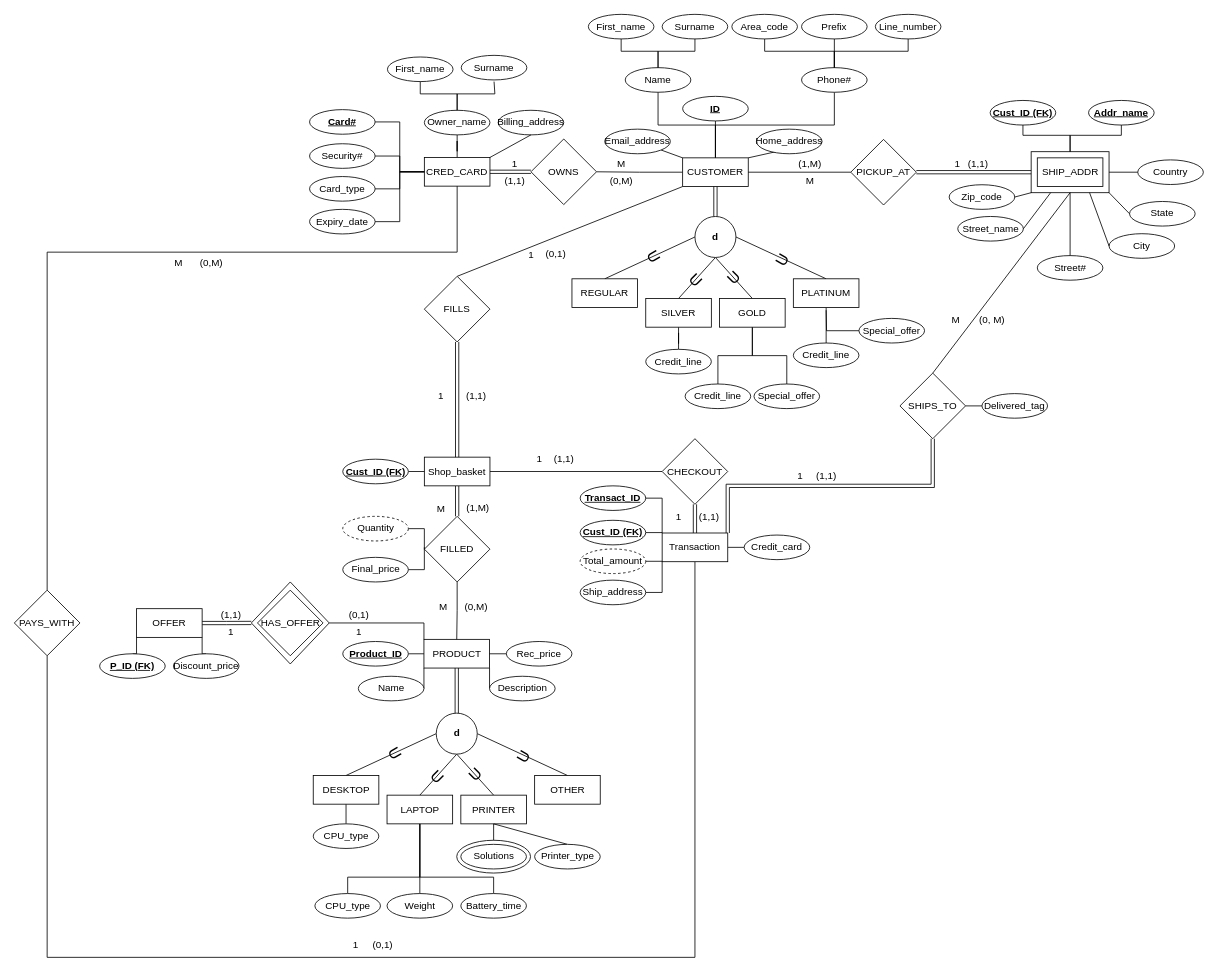
This is Project-Deliverable-1.drawio from RyBres/Database-Project, a draw.io file, before an edit. Source tidied: cells renumbered, new cells numbered last; positions are measured from the earlier drawing's top-left corner, leaving out a move shared by most shapes. Both pictures are drawn from the tidied source at 82%, with x=0, y=0 at pixel (14, 14).
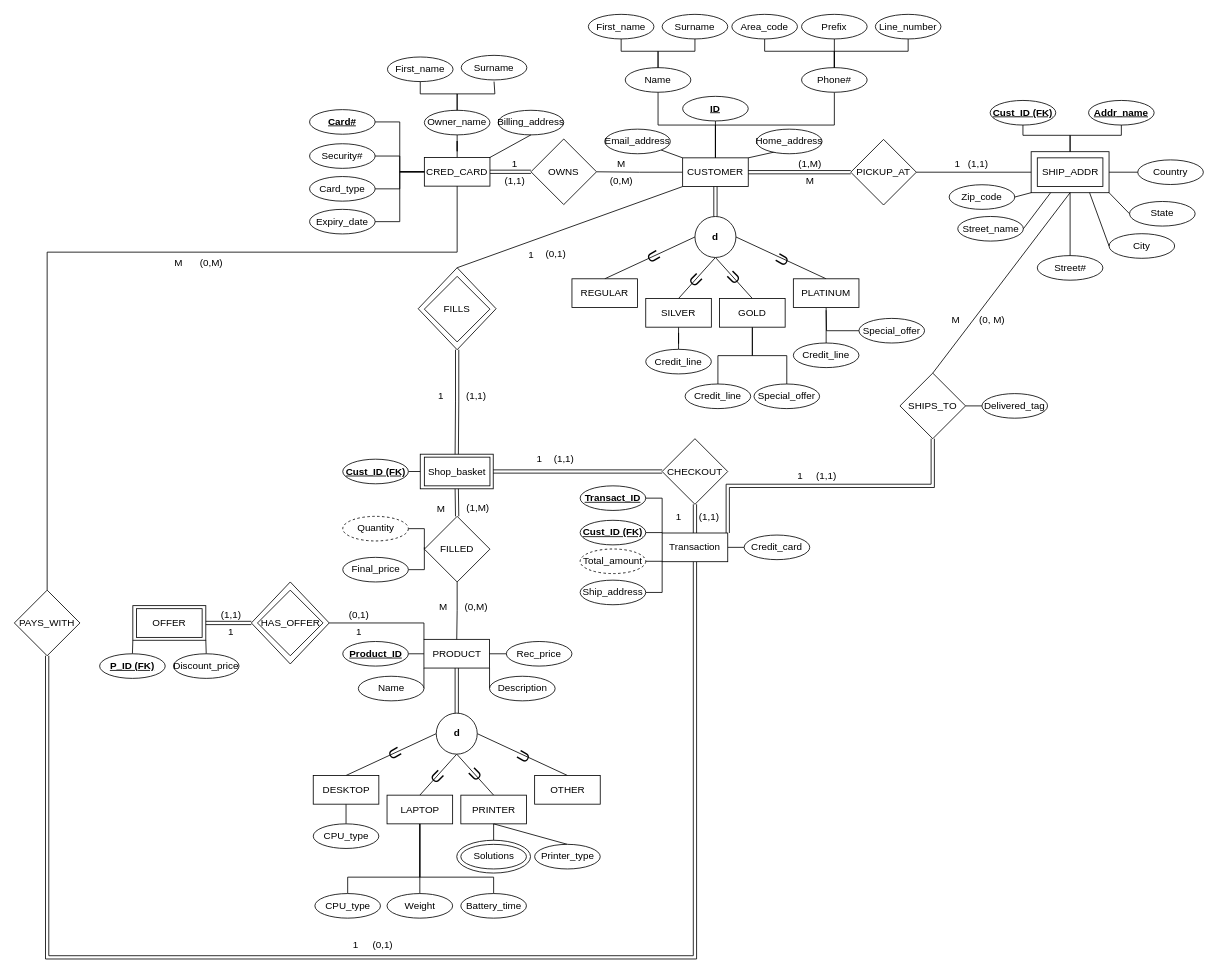
Above is the later version.

Commit message:
Completed second draft. Mainly identified weak entities and identifying relationships.

The change refers to these unchanged cells:
```xml
<mxCell id="5" style="rounded=0;whiteSpace=wrap;html=1;" parent="4" vertex="1">
  <mxGeometry width="95" height="50" as="geometry" />
</mxCell>
<mxCell id="42" style="group;" parent="1" vertex="1">
  <mxGeometry x="670" width="460" height="232.5" as="geometry" />
</mxCell>
<mxCell id="49" value="CUSTOMER" style="rounded=0;whiteSpace=wrap;html=1;" parent="42" vertex="1">
  <mxGeometry x="145" y="175" width="80" height="35" as="geometry" />
</mxCell>
<mxCell id="70" value="PICKUP_AT" style="rhombus;whiteSpace=wrap;html=1;" parent="42" vertex="1">
  <mxGeometry x="350" y="152.5" width="80" height="80" as="geometry" />
</mxCell>
<mxCell id="99" value="OFFER" style="rounded=0;whiteSpace=wrap;html=1;" parent="1" vertex="1">
  <mxGeometry x="149" y="724.8" width="80" height="35" as="geometry" />
</mxCell>
<mxCell id="101" value="&lt;b&gt;&lt;u&gt;P_ID (FK)&lt;/u&gt;&lt;/b&gt;" style="ellipse;whiteSpace=wrap;html=1;" parent="1" vertex="1">
  <mxGeometry x="104" y="779.8" width="80" height="30" as="geometry" />
</mxCell>
<mxCell id="103" value="Discount_price" style="ellipse;whiteSpace=wrap;html=1;" parent="1" vertex="1">
  <mxGeometry x="194" y="779.8" width="80" height="30" as="geometry" />
</mxCell>
<mxCell id="105" style="rhombus;whiteSpace=wrap;html=1;" parent="104" vertex="1">
  <mxGeometry width="95" height="100" as="geometry" />
</mxCell>
<mxCell id="119" value="Shop_basket" style="rounded=0;whiteSpace=wrap;html=1;" parent="1" vertex="1">
  <mxGeometry x="500" y="540" width="80" height="35" as="geometry" />
</mxCell>
<mxCell id="150" value="FILLS" style="rhombus;whiteSpace=wrap;html=1;" parent="1" vertex="1">
  <mxGeometry x="500" y="319.5" width="80" height="80" as="geometry" />
</mxCell>
<mxCell id="152" value="FILLED" style="rhombus;whiteSpace=wrap;html=1;" parent="1" vertex="1">
  <mxGeometry x="500" y="612.2" width="80" height="80" as="geometry" />
</mxCell>
<mxCell id="156" value="&lt;b&gt;&lt;u&gt;Cust_ID (FK)&lt;/u&gt;&lt;/b&gt;" style="ellipse;whiteSpace=wrap;html=1;" parent="1" vertex="1">
  <mxGeometry x="400.5" y="542.5" width="80" height="30" as="geometry" />
</mxCell>
<mxCell id="158" value="Transaction" style="rounded=0;whiteSpace=wrap;html=1;" parent="1" vertex="1">
  <mxGeometry x="790" y="632.5" width="80" height="35" as="geometry" />
</mxCell>
<mxCell id="160" value="CHECKOUT" style="rhombus;whiteSpace=wrap;html=1;" parent="1" vertex="1">
  <mxGeometry x="790" y="517.5" width="80" height="80" as="geometry" />
</mxCell>
<mxCell id="175" value="PAYS_WITH" style="rhombus;whiteSpace=wrap;html=1;" parent="1" vertex="1">
  <mxGeometry y="702.2" width="80" height="80" as="geometry" />
</mxCell>
```

Change to the diagram source:
```diff
@@
+    <mxCell id="209" style="rhombus;whiteSpace=wrap;html=1;" parent="1" vertex="1">
+      <mxGeometry x="492.5" y="309" width="95" height="100" as="geometry" />
+    </mxCell>
+    <mxCell id="210" style="rounded=0;whiteSpace=wrap;html=1;" parent="1" vertex="1">
+      <mxGeometry x="495" y="536.4" width="89" height="42.2" as="geometry" />
+    </mxCell>
+    <mxCell id="211" style="rounded=0;whiteSpace=wrap;html=1;" parent="1" vertex="1">
+      <mxGeometry x="144.5" y="721.1" width="89" height="42.2" as="geometry" />
+    </mxCell>
@@
-    <mxCell id="8" style="edgeStyle=orthogonalEdgeStyle;rounded=0;jettySize=auto;html=1;exitX=0.5;exitY=1;exitDx=0;exitDy=0;endArrow=none;startFill=0;entryX=0.5;entryY=1;entryDx=0;entryDy=0;" parent="1" edge="1" source="175" target="158">
+    <mxCell id="8" style="edgeStyle=orthogonalEdgeStyle;rounded=0;jettySize=auto;html=1;exitX=0.5;exitY=1;exitDx=0;exitDy=0;endArrow=none;startFill=0;entryX=0.5;entryY=1;entryDx=0;entryDy=0;shape=link;" parent="1" edge="1" source="175" target="158">
       <mxGeometry relative="1" as="geometry">
         <Array as="points">
           <mxPoint x="40" y="1150" />
           <mxPoint x="830" y="1150" />
         </Array>
       </mxGeometry>
     </mxCell>
@@
-    <mxCell id="69" style="edgeStyle=orthogonalEdgeStyle;rounded=0;jettySize=auto;html=1;exitX=0;exitY=0.5;exitDx=0;exitDy=0;entryX=1;entryY=0.5;entryDx=0;entryDy=0;endArrow=none;startFill=0;" parent="42" edge="1" source="70" target="49">
+    <mxCell id="69" style="edgeStyle=orthogonalEdgeStyle;rounded=0;jettySize=auto;html=1;exitX=0;exitY=0.5;exitDx=0;exitDy=0;entryX=1;entryY=0.5;entryDx=0;entryDy=0;endArrow=none;startFill=0;shape=link;" parent="42" edge="1" source="70" target="49">
       <mxGeometry relative="1" as="geometry" />
     </mxCell>
@@
-    <mxCell id="96" style="edgeStyle=orthogonalEdgeStyle;rounded=0;jettySize=auto;html=1;exitX=1;exitY=0.5;exitDx=0;exitDy=0;entryX=0;entryY=0.5;entryDx=0;entryDy=0;endArrow=none;startFill=0;shape=link;" parent="1" edge="1" source="70" target="5">
+    <mxCell id="96" style="edgeStyle=orthogonalEdgeStyle;rounded=0;jettySize=auto;html=1;exitX=1;exitY=0.5;exitDx=0;exitDy=0;entryX=0;entryY=0.5;entryDx=0;entryDy=0;endArrow=none;startFill=0;" parent="1" edge="1" source="70" target="5">
       <mxGeometry relative="1" as="geometry" />
     </mxCell>
@@
-    <mxCell id="98" style="edgeStyle=orthogonalEdgeStyle;rounded=0;jettySize=auto;html=1;exitX=1;exitY=0.5;exitDx=0;exitDy=0;entryX=0;entryY=0.5;entryDx=0;entryDy=0;endArrow=none;startFill=0;shape=link;" parent="1" edge="1" source="99" target="105">
+    <mxCell id="98" style="edgeStyle=orthogonalEdgeStyle;rounded=0;jettySize=auto;html=1;exitX=1;exitY=0.5;exitDx=0;exitDy=0;entryX=0;entryY=0.5;entryDx=0;entryDy=0;endArrow=none;startFill=0;shape=link;" parent="1" edge="1" source="211" target="105">
       <mxGeometry relative="1" as="geometry" />
     </mxCell>
@@
-    <mxCell id="100" style="edgeStyle=orthogonalEdgeStyle;rounded=0;jettySize=auto;html=1;exitX=0.5;exitY=0;exitDx=0;exitDy=0;entryX=0;entryY=1;entryDx=0;entryDy=0;endArrow=none;startFill=0;" parent="1" edge="1" source="101" target="99">
-      <mxGeometry relative="1" as="geometry" />
-    </mxCell>
+    <mxCell id="212" style="edgeStyle=orthogonalEdgeStyle;rounded=0;jettySize=auto;html=1;exitX=0.5;exitY=0;exitDx=0;exitDy=0;entryX=0;entryY=1;entryDx=0;entryDy=0;endArrow=none;startFill=0;" parent="1" edge="1" source="101" target="211">
+      <mxGeometry relative="1" as="geometry" />
+    </mxCell>
@@
-    <mxCell id="102" style="edgeStyle=orthogonalEdgeStyle;rounded=0;jettySize=auto;html=1;exitX=0.5;exitY=0;exitDx=0;exitDy=0;entryX=1;entryY=1;entryDx=0;entryDy=0;endArrow=none;startFill=0;" parent="1" edge="1" source="103" target="99">
-      <mxGeometry relative="1" as="geometry" />
-    </mxCell>
+    <mxCell id="213" style="edgeStyle=orthogonalEdgeStyle;rounded=0;jettySize=auto;html=1;exitX=0.5;exitY=0;exitDx=0;exitDy=0;entryX=1;entryY=1;entryDx=0;entryDy=0;endArrow=none;startFill=0;" parent="1" edge="1" source="103" target="211">
+      <mxGeometry relative="1" as="geometry" />
+    </mxCell>
@@
-    <mxCell id="117" style="edgeStyle=orthogonalEdgeStyle;rounded=0;jettySize=auto;html=1;exitX=0.5;exitY=1;exitDx=0;exitDy=0;entryX=0.5;entryY=0;entryDx=0;entryDy=0;endArrow=none;startFill=0;shape=link;" parent="1" edge="1" source="119" target="152">
+    <mxCell id="117" style="edgeStyle=orthogonalEdgeStyle;rounded=0;jettySize=auto;html=1;entryX=0.5;entryY=0;entryDx=0;entryDy=0;endArrow=none;startFill=0;shape=link;exitX=0.5;exitY=1;exitDx=0;exitDy=0;" parent="1" edge="1" source="210" target="152">
       <mxGeometry relative="1" as="geometry" />
     </mxCell>
-    <mxCell id="118" style="edgeStyle=orthogonalEdgeStyle;rounded=0;jettySize=auto;html=1;exitX=1;exitY=0.5;exitDx=0;exitDy=0;entryX=0;entryY=0.5;entryDx=0;entryDy=0;endArrow=none;startFill=0;" parent="1" edge="1" source="119" target="160">
+    <mxCell id="118" style="edgeStyle=orthogonalEdgeStyle;rounded=0;jettySize=auto;html=1;entryX=0;entryY=0.5;entryDx=0;entryDy=0;endArrow=none;startFill=0;shape=link;exitX=1;exitY=0.5;exitDx=0;exitDy=0;" parent="1" edge="1" source="210" target="160">
       <mxGeometry relative="1" as="geometry" />
     </mxCell>
@@
-    <mxCell id="148" style="edgeStyle=orthogonalEdgeStyle;rounded=0;jettySize=auto;html=1;exitX=0.5;exitY=1;exitDx=0;exitDy=0;entryX=0.5;entryY=0;entryDx=0;entryDy=0;endArrow=none;startFill=0;shape=link;" parent="1" edge="1" source="150" target="119">
+    <mxCell id="148" style="edgeStyle=orthogonalEdgeStyle;rounded=0;jettySize=auto;html=1;endArrow=none;startFill=0;shape=link;entryX=0.5;entryY=0;entryDx=0;entryDy=0;exitX=0.5;exitY=1;exitDx=0;exitDy=0;" parent="1" edge="1" source="209" target="210">
       <mxGeometry relative="1" as="geometry" />
     </mxCell>
-    <mxCell id="149" style="rounded=0;jettySize=auto;html=1;exitX=0.5;exitY=0;exitDx=0;exitDy=0;entryX=0;entryY=1;entryDx=0;entryDy=0;endArrow=none;startFill=0;" parent="1" edge="1" source="150" target="49">
+    <mxCell id="149" style="rounded=0;jettySize=auto;html=1;exitX=0.5;exitY=0;exitDx=0;exitDy=0;entryX=0;entryY=1;entryDx=0;entryDy=0;endArrow=none;startFill=0;" parent="1" edge="1" source="209" target="49">
       <mxGeometry relative="1" as="geometry" />
     </mxCell>
@@
-    <mxCell id="155" style="edgeStyle=orthogonalEdgeStyle;rounded=0;jettySize=auto;html=1;exitX=1;exitY=0.5;exitDx=0;exitDy=0;entryX=0;entryY=0.5;entryDx=0;entryDy=0;endArrow=none;startFill=0;" parent="1" edge="1" source="156" target="119">
-      <mxGeometry relative="1" as="geometry" />
-    </mxCell>
+    <mxCell id="214" style="edgeStyle=orthogonalEdgeStyle;rounded=0;jettySize=auto;html=1;exitX=1;exitY=0.5;exitDx=0;exitDy=0;entryX=0;entryY=0.5;entryDx=0;entryDy=0;endArrow=none;startFill=0;" parent="1" edge="1" source="156" target="210">
+      <mxGeometry relative="1" as="geometry" />
+    </mxCell>
```
